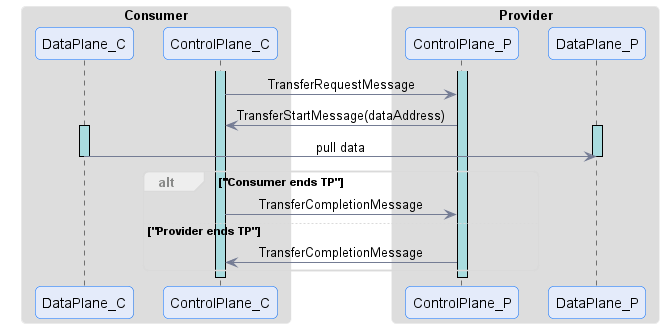
eclipse-dataspace-protocol-base/DataspaceProtocol keeps this PlantUML diagram as specifications/transfer/figures/pull-transfer-process.png. Above is the earlier version.
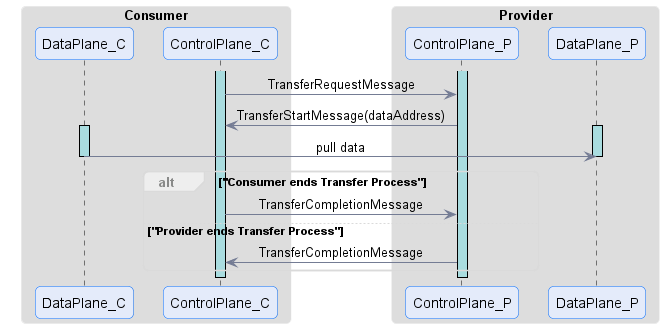
Above is the later version.

Diff of the diagram source:
```diff
@@ -30,9 +30,9 @@
 deactivate DataPlane_P
 deactivate DataPlane_C
 
-alt "Consumer ends TP"
+alt "Consumer ends Transfer Process"
     ControlPlane_C -> ControlPlane_P : TransferCompletionMessage
-else "Provider ends TP"
+else "Provider ends Transfer Process"
     ControlPlane_P -> ControlPlane_C : TransferCompletionMessage
 end
 
```
